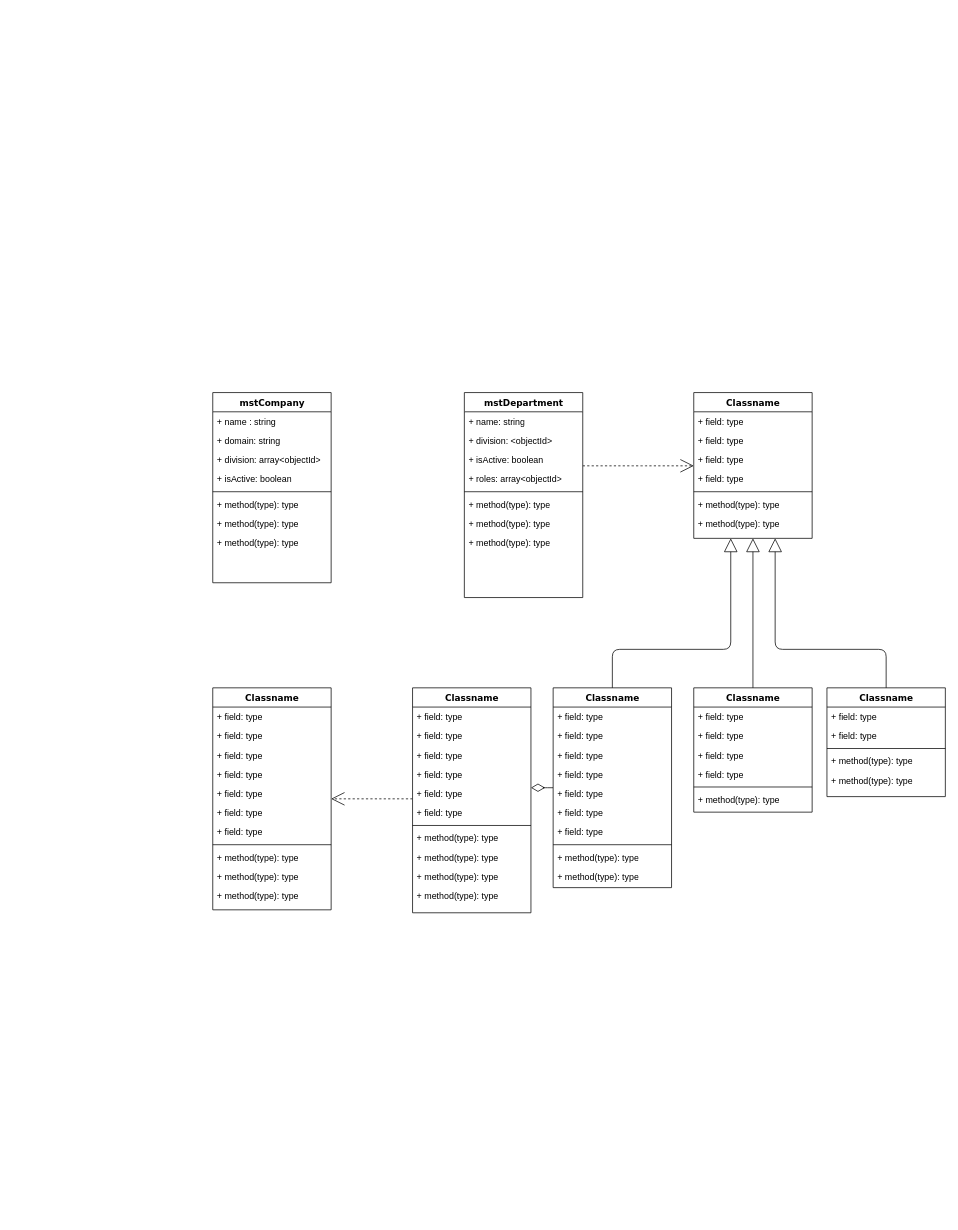
Before: star-sso-api.drawio in CodebarPhantom/aws-diagram, a draw.io diagram. Source tidied: cells renumbered, new cells numbered last; positions are measured from the earlier drawing's top-left corner, leaving out a move shared by most shapes. Both pictures are drawn from the tidied source at 74%, with x=0, y=0 at pixel (212, 392).
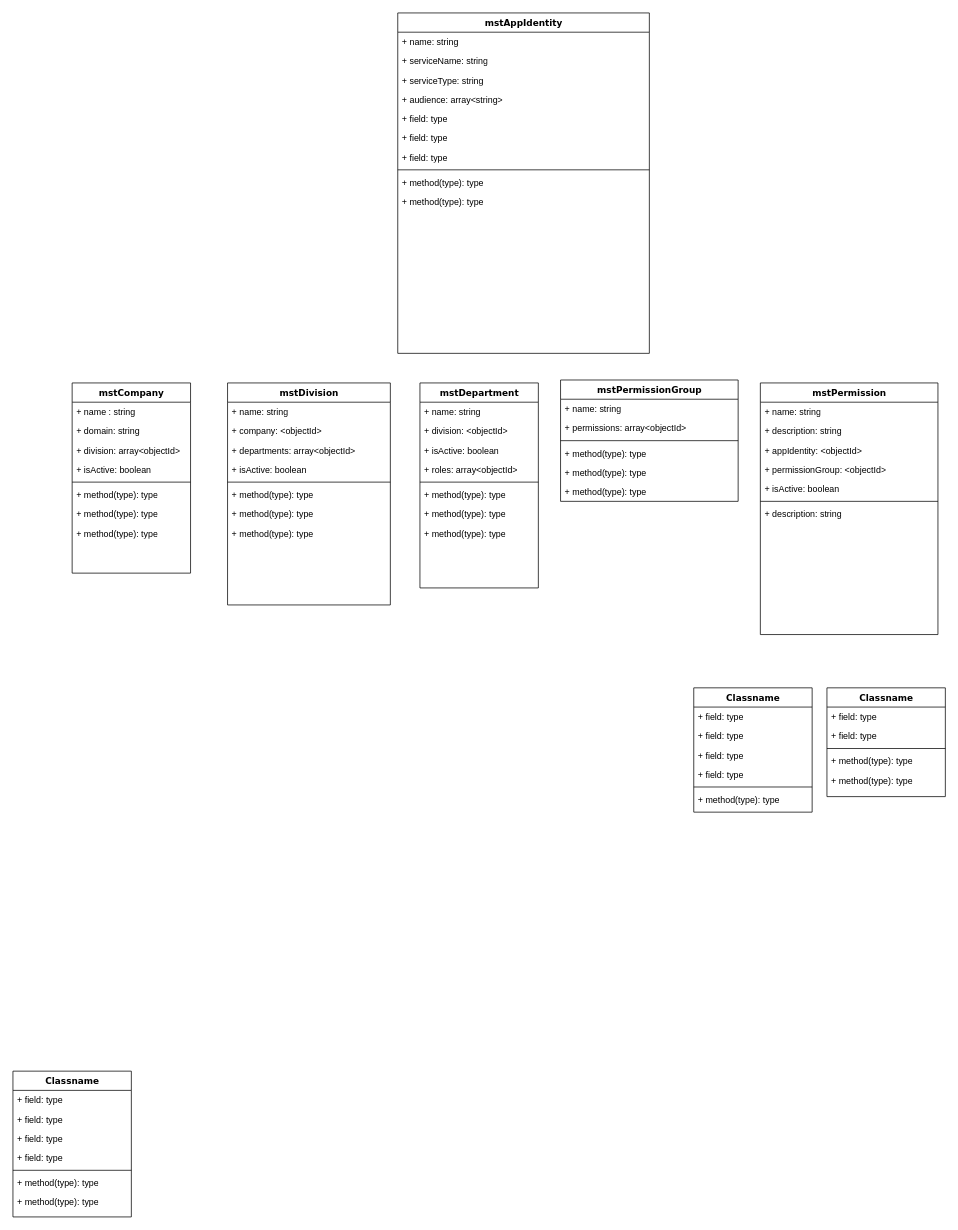
Above is the later version.

The change refers to these unchanged cells:
```xml
<mxCell id="68" value="Classname" style="swimlane;html=1;fontStyle=1;align=center;verticalAlign=top;horizontal=1;startSize=26;swimlaneFillColor=#ffffff;rounded=0;shadow=0;comic=0;labelBackgroundColor=none;strokeWidth=1;fillColor=none;fontFamily=Verdana;fontSize=12;" parent="1" vertex="1">
  <mxGeometry x="650" y="399" width="160" height="168" as="geometry" />
</mxCell>
<mxCell id="76" value="Classname" style="swimlane;html=1;fontStyle=1;align=center;verticalAlign=top;horizontal=1;startSize=26;swimlaneFillColor=#ffffff;rounded=0;shadow=0;comic=0;labelBackgroundColor=none;strokeWidth=1;fillColor=none;fontFamily=Verdana;fontSize=12;" parent="1" vertex="1">
  <mxGeometry x="830" y="399" width="160" height="147" as="geometry" />
</mxCell>
```

Diff of the diagram source:
```diff
@@
     <mxCell id="2" value="mstCompany" style="swimlane;html=1;fontStyle=1;align=center;verticalAlign=top;horizontal=1;startSize=26;swimlaneFillColor=#ffffff;rounded=0;shadow=0;comic=0;labelBackgroundColor=none;strokeWidth=1;fillColor=none;fontFamily=Verdana;fontSize=12;" parent="1" vertex="1">
-      <mxGeometry width="160" height="257" as="geometry" />
+      <mxGeometry x="-190" y="-13" width="160" height="257" as="geometry" />
     </mxCell>
@@
-    <mxCell id="11" style="edgeStyle=elbowEdgeStyle;html=1;labelBackgroundColor=none;startFill=0;startSize=8;endArrow=open;endFill=0;endSize=16;fontFamily=Verdana;fontSize=12;elbow=vertical;dashed=1;" parent="1" edge="1" source="12" target="21">
-      <mxGeometry relative="1" as="geometry" />
-    </mxCell>
     <mxCell id="12" value="mstDepartment" style="swimlane;html=1;fontStyle=1;align=center;verticalAlign=top;horizontal=1;startSize=26;swimlaneFillColor=#ffffff;rounded=0;shadow=0;comic=0;labelBackgroundColor=none;strokeWidth=1;fillColor=none;fontFamily=Verdana;fontSize=12;" parent="1" vertex="1">
-      <mxGeometry x="340" width="160" height="277" as="geometry" />
+      <mxGeometry x="280" y="-13" width="160" height="277" as="geometry" />
     </mxCell>
@@
     <mxCell id="21" value="Classname" style="swimlane;html=1;fontStyle=1;align=center;verticalAlign=top;horizontal=1;startSize=26;swimlaneFillColor=#ffffff;rounded=0;shadow=0;comic=0;labelBackgroundColor=none;strokeWidth=1;fillColor=none;fontFamily=Verdana;fontSize=12;" parent="1" vertex="1">
-      <mxGeometry x="650" width="160" height="197" as="geometry" />
+      <mxGeometry x="-270" y="917" width="160" height="197" as="geometry" />
     </mxCell>
@@
-    <mxCell id="29" style="edgeStyle=elbowEdgeStyle;html=1;labelBackgroundColor=none;startFill=0;startSize=8;endArrow=open;endFill=0;endSize=16;fontFamily=Verdana;fontSize=12;elbow=vertical;dashed=1;" parent="1" edge="1" source="43" target="30">
-      <mxGeometry relative="1" as="geometry" />
-    </mxCell>
-    <mxCell id="30" value="Classname" style="swimlane;html=1;fontStyle=1;align=center;verticalAlign=top;horizontal=1;startSize=26;swimlaneFillColor=#ffffff;rounded=0;shadow=0;comic=0;labelBackgroundColor=none;strokeWidth=1;fillColor=none;fontFamily=Verdana;fontSize=12;" parent="1" vertex="1">
-      <mxGeometry y="399" width="160" height="300" as="geometry" />
+    <mxCell id="30" value="mstDivision" style="swimlane;html=1;fontStyle=1;align=center;verticalAlign=top;horizontal=1;startSize=26;swimlaneFillColor=#ffffff;rounded=0;shadow=0;comic=0;labelBackgroundColor=none;strokeWidth=1;fillColor=none;fontFamily=Verdana;fontSize=12;" parent="1" vertex="1">
+      <mxGeometry x="20" y="-13" width="220" height="300" as="geometry" />
     </mxCell>
-    <mxCell id="31" value="+ field: type" style="text;html=1;strokeColor=none;fillColor=none;align=left;verticalAlign=top;spacingLeft=4;spacingRight=4;whiteSpace=wrap;overflow=hidden;" parent="30" vertex="1">
-      <mxGeometry y="26" width="160" height="26" as="geometry" />
+    <mxCell id="31" value="+ name: string" style="text;html=1;strokeColor=none;fillColor=none;align=left;verticalAlign=top;spacingLeft=4;spacingRight=4;whiteSpace=wrap;overflow=hidden;" parent="30" vertex="1">
+      <mxGeometry y="26" width="220" height="26" as="geometry" />
     </mxCell>
-    <mxCell id="32" value="+ field: type" style="text;html=1;strokeColor=none;fillColor=none;align=left;verticalAlign=top;spacingLeft=4;spacingRight=4;whiteSpace=wrap;overflow=hidden;" parent="30" vertex="1">
-      <mxGeometry y="52" width="160" height="26" as="geometry" />
+    <mxCell id="32" value="+ company: &amp;lt;objectId&amp;gt;" style="text;html=1;strokeColor=none;fillColor=none;align=left;verticalAlign=top;spacingLeft=4;spacingRight=4;whiteSpace=wrap;overflow=hidden;" parent="30" vertex="1">
+      <mxGeometry y="52" width="220" height="26" as="geometry" />
     </mxCell>
-    <mxCell id="33" value="+ field: type" style="text;html=1;strokeColor=none;fillColor=none;align=left;verticalAlign=top;spacingLeft=4;spacingRight=4;whiteSpace=wrap;overflow=hidden;" parent="30" vertex="1">
-      <mxGeometry y="78" width="160" height="26" as="geometry" />
+    <mxCell id="33" value="+ departments: array&amp;lt;objectId&amp;gt;" style="text;html=1;strokeColor=none;fillColor=none;align=left;verticalAlign=top;spacingLeft=4;spacingRight=4;whiteSpace=wrap;overflow=hidden;" parent="30" vertex="1">
+      <mxGeometry y="78" width="220" height="26" as="geometry" />
     </mxCell>
-    <mxCell id="34" value="+ field: type" style="text;html=1;strokeColor=none;fillColor=none;align=left;verticalAlign=top;spacingLeft=4;spacingRight=4;whiteSpace=wrap;overflow=hidden;" parent="30" vertex="1">
-      <mxGeometry y="104" width="160" height="26" as="geometry" />
+    <mxCell id="34" value="+ isActive: boolean" style="text;html=1;strokeColor=none;fillColor=none;align=left;verticalAlign=top;spacingLeft=4;spacingRight=4;whiteSpace=wrap;overflow=hidden;" parent="30" vertex="1">
+      <mxGeometry y="104" width="220" height="26" as="geometry" />
     </mxCell>
-    <mxCell id="35" value="+ field: type" style="text;html=1;strokeColor=none;fillColor=none;align=left;verticalAlign=top;spacingLeft=4;spacingRight=4;whiteSpace=wrap;overflow=hidden;" parent="30" vertex="1">
-      <mxGeometry y="130" width="160" height="26" as="geometry" />
-    </mxCell>
-    <mxCell id="36" value="+ field: type" style="text;html=1;strokeColor=none;fillColor=none;align=left;verticalAlign=top;spacingLeft=4;spacingRight=4;whiteSpace=wrap;overflow=hidden;" parent="30" vertex="1">
-      <mxGeometry y="156" width="160" height="26" as="geometry" />
-    </mxCell>
-    <mxCell id="37" value="+ field: type" style="text;html=1;strokeColor=none;fillColor=none;align=left;verticalAlign=top;spacingLeft=4;spacingRight=4;whiteSpace=wrap;overflow=hidden;" parent="30" vertex="1">
-      <mxGeometry y="182" width="160" height="26" as="geometry" />
-    </mxCell>
     <mxCell id="38" style="line;html=1;strokeWidth=1;fillColor=none;align=left;verticalAlign=middle;spacingTop=-1;spacingLeft=3;spacingRight=3;labelPosition=right;" parent="30" vertex="1">
-      <mxGeometry y="208" width="160" height="8" as="geometry" />
+      <mxGeometry y="130" width="220" height="8" as="geometry" />
     </mxCell>
     <mxCell id="39" value="+ method(type): type" style="text;html=1;strokeColor=none;fillColor=none;align=left;verticalAlign=top;spacingLeft=4;spacingRight=4;whiteSpace=wrap;overflow=hidden;" parent="30" vertex="1">
-      <mxGeometry y="216" width="160" height="26" as="geometry" />
+      <mxGeometry y="138" width="220" height="26" as="geometry" />
     </mxCell>
     <mxCell id="40" value="+ method(type): type" style="text;html=1;strokeColor=none;fillColor=none;align=left;verticalAlign=top;spacingLeft=4;spacingRight=4;whiteSpace=wrap;overflow=hidden;" parent="30" vertex="1">
-      <mxGeometry y="242" width="160" height="26" as="geometry" />
+      <mxGeometry y="164" width="220" height="26" as="geometry" />
     </mxCell>
     <mxCell id="41" value="+ method(type): type" style="text;html=1;strokeColor=none;fillColor=none;align=left;verticalAlign=top;spacingLeft=4;spacingRight=4;whiteSpace=wrap;overflow=hidden;" parent="30" vertex="1">
-      <mxGeometry y="268" width="160" height="26" as="geometry" />
+      <mxGeometry y="190" width="220" height="26" as="geometry" />
     </mxCell>
-    <mxCell id="42" style="edgeStyle=elbowEdgeStyle;html=1;labelBackgroundColor=none;startFill=0;startSize=8;endArrow=diamondThin;endFill=0;endSize=16;fontFamily=Verdana;fontSize=12;elbow=vertical;" parent="1" edge="1" source="56" target="43">
-      <mxGeometry relative="1" as="geometry" />
-    </mxCell>
-    <mxCell id="43" value="Classname" style="swimlane;html=1;fontStyle=1;align=center;verticalAlign=top;horizontal=1;startSize=26;swimlaneFillColor=#ffffff;rounded=0;shadow=0;comic=0;labelBackgroundColor=none;strokeWidth=1;fillColor=none;fontFamily=Verdana;fontSize=12;" parent="1" vertex="1">
-      <mxGeometry x="270" y="399" width="160" height="304" as="geometry" />
+    <mxCell id="43" value="mstPermissionGroup&lt;div&gt;&lt;br&gt;&lt;/div&gt;" style="swimlane;html=1;fontStyle=1;align=center;verticalAlign=top;horizontal=1;startSize=26;swimlaneFillColor=#ffffff;rounded=0;shadow=0;comic=0;labelBackgroundColor=none;strokeWidth=1;fillColor=none;fontFamily=Verdana;fontSize=12;" parent="1" vertex="1">
+      <mxGeometry x="470" y="-17" width="240" height="164" as="geometry" />
     </mxCell>
-    <mxCell id="44" value="+ field: type" style="text;html=1;strokeColor=none;fillColor=none;align=left;verticalAlign=top;spacingLeft=4;spacingRight=4;whiteSpace=wrap;overflow=hidden;" parent="43" vertex="1">
-      <mxGeometry y="26" width="160" height="26" as="geometry" />
+    <mxCell id="44" value="+ name: string" style="text;html=1;strokeColor=none;fillColor=none;align=left;verticalAlign=top;spacingLeft=4;spacingRight=4;whiteSpace=wrap;overflow=hidden;" parent="43" vertex="1">
+      <mxGeometry y="26" width="240" height="26" as="geometry" />
     </mxCell>
-    <mxCell id="45" value="+ field: type" style="text;html=1;strokeColor=none;fillColor=none;align=left;verticalAlign=top;spacingLeft=4;spacingRight=4;whiteSpace=wrap;overflow=hidden;" parent="43" vertex="1">
-      <mxGeometry y="52" width="160" height="26" as="geometry" />
+    <mxCell id="45" value="+ permissions: array&amp;lt;objectId&amp;gt;" style="text;html=1;strokeColor=none;fillColor=none;align=left;verticalAlign=top;spacingLeft=4;spacingRight=4;whiteSpace=wrap;overflow=hidden;" parent="43" vertex="1">
+      <mxGeometry y="52" width="240" height="26" as="geometry" />
     </mxCell>
-    <mxCell id="46" value="+ field: type" style="text;html=1;strokeColor=none;fillColor=none;align=left;verticalAlign=top;spacingLeft=4;spacingRight=4;whiteSpace=wrap;overflow=hidden;" parent="43" vertex="1">
-      <mxGeometry y="78" width="160" height="26" as="geometry" />
-    </mxCell>
-    <mxCell id="47" value="+ field: type" style="text;html=1;strokeColor=none;fillColor=none;align=left;verticalAlign=top;spacingLeft=4;spacingRight=4;whiteSpace=wrap;overflow=hidden;" parent="43" vertex="1">
-      <mxGeometry y="104" width="160" height="26" as="geometry" />
-    </mxCell>
-    <mxCell id="48" value="+ field: type" style="text;html=1;strokeColor=none;fillColor=none;align=left;verticalAlign=top;spacingLeft=4;spacingRight=4;whiteSpace=wrap;overflow=hidden;" parent="43" vertex="1">
-      <mxGeometry y="130" width="160" height="26" as="geometry" />
-    </mxCell>
-    <mxCell id="49" value="+ field: type" style="text;html=1;strokeColor=none;fillColor=none;align=left;verticalAlign=top;spacingLeft=4;spacingRight=4;whiteSpace=wrap;overflow=hidden;" parent="43" vertex="1">
-      <mxGeometry y="156" width="160" height="26" as="geometry" />
-    </mxCell>
     <mxCell id="50" style="line;html=1;strokeWidth=1;fillColor=none;align=left;verticalAlign=middle;spacingTop=-1;spacingLeft=3;spacingRight=3;labelPosition=right;" parent="43" vertex="1">
-      <mxGeometry y="182" width="160" height="8" as="geometry" />
+      <mxGeometry y="78" width="240" height="8" as="geometry" />
     </mxCell>
     <mxCell id="51" value="+ method(type): type" style="text;html=1;strokeColor=none;fillColor=none;align=left;verticalAlign=top;spacingLeft=4;spacingRight=4;whiteSpace=wrap;overflow=hidden;" parent="43" vertex="1">
-      <mxGeometry y="190" width="160" height="26" as="geometry" />
+      <mxGeometry y="86" width="240" height="26" as="geometry" />
     </mxCell>
-    <mxCell id="52" value="+ method(type): type" style="text;html=1;strokeColor=none;fillColor=none;align=left;verticalAlign=top;spacingLeft=4;spacingRight=4;whiteSpace=wrap;overflow=hidden;" parent="43" vertex="1">
-      <mxGeometry y="216" width="160" height="26" as="geometry" />
-    </mxCell>
     <mxCell id="53" value="+ method(type): type" style="text;html=1;strokeColor=none;fillColor=none;align=left;verticalAlign=top;spacingLeft=4;spacingRight=4;whiteSpace=wrap;overflow=hidden;" parent="43" vertex="1">
-      <mxGeometry y="242" width="160" height="26" as="geometry" />
+      <mxGeometry y="112" width="240" height="26" as="geometry" />
     </mxCell>
     <mxCell id="54" value="+ method(type): type" style="text;html=1;strokeColor=none;fillColor=none;align=left;verticalAlign=top;spacingLeft=4;spacingRight=4;whiteSpace=wrap;overflow=hidden;" parent="43" vertex="1">
-      <mxGeometry y="268" width="160" height="26" as="geometry" />
+      <mxGeometry y="138" width="240" height="26" as="geometry" />
     </mxCell>
-    <mxCell id="55" style="edgeStyle=orthogonalEdgeStyle;html=1;labelBackgroundColor=none;startFill=0;startSize=8;endArrow=block;endFill=0;endSize=16;fontFamily=Verdana;fontSize=12;" parent="1" edge="1" source="56" target="21">
-      <mxGeometry relative="1" as="geometry">
-        <Array as="points">
-          <mxPoint x="540" y="347" />
-          <mxPoint x="700" y="347" />
-        </Array>
-      </mxGeometry>
-    </mxCell>
-    <mxCell id="56" value="Classname" style="swimlane;html=1;fontStyle=1;align=center;verticalAlign=top;horizontal=1;startSize=26;swimlaneFillColor=#ffffff;rounded=0;shadow=0;comic=0;labelBackgroundColor=none;strokeWidth=1;fillColor=none;fontFamily=Verdana;fontSize=12;" parent="1" vertex="1">
-      <mxGeometry x="460" y="399" width="160" height="270" as="geometry" />
+    <mxCell id="56" value="mstAppIdentity" style="swimlane;html=1;fontStyle=1;align=center;verticalAlign=top;horizontal=1;startSize=26;swimlaneFillColor=#ffffff;rounded=0;shadow=0;comic=0;labelBackgroundColor=none;strokeWidth=1;fillColor=none;fontFamily=Verdana;fontSize=12;" parent="1" vertex="1">
+      <mxGeometry x="250" y="-513" width="340" height="460" as="geometry" />
     </mxCell>
-    <mxCell id="57" value="+ field: type" style="text;html=1;strokeColor=none;fillColor=none;align=left;verticalAlign=top;spacingLeft=4;spacingRight=4;whiteSpace=wrap;overflow=hidden;" parent="56" vertex="1">
-      <mxGeometry y="26" width="160" height="26" as="geometry" />
+    <mxCell id="57" value="+ name: string" style="text;html=1;strokeColor=none;fillColor=none;align=left;verticalAlign=top;spacingLeft=4;spacingRight=4;whiteSpace=wrap;overflow=hidden;" parent="56" vertex="1">
+      <mxGeometry y="26" width="340" height="26" as="geometry" />
     </mxCell>
-    <mxCell id="58" value="+ field: type" style="text;html=1;strokeColor=none;fillColor=none;align=left;verticalAlign=top;spacingLeft=4;spacingRight=4;whiteSpace=wrap;overflow=hidden;" parent="56" vertex="1">
-      <mxGeometry y="52" width="160" height="26" as="geometry" />
+    <mxCell id="58" value="+ serviceName: string" style="text;html=1;strokeColor=none;fillColor=none;align=left;verticalAlign=top;spacingLeft=4;spacingRight=4;whiteSpace=wrap;overflow=hidden;" parent="56" vertex="1">
+      <mxGeometry y="52" width="340" height="26" as="geometry" />
     </mxCell>
-    <mxCell id="59" value="+ field: type" style="text;html=1;strokeColor=none;fillColor=none;align=left;verticalAlign=top;spacingLeft=4;spacingRight=4;whiteSpace=wrap;overflow=hidden;" parent="56" vertex="1">
-      <mxGeometry y="78" width="160" height="26" as="geometry" />
+    <mxCell id="59" value="+ serviceType: string" style="text;html=1;strokeColor=none;fillColor=none;align=left;verticalAlign=top;spacingLeft=4;spacingRight=4;whiteSpace=wrap;overflow=hidden;" parent="56" vertex="1">
+      <mxGeometry y="78" width="340" height="26" as="geometry" />
     </mxCell>
-    <mxCell id="60" value="+ field: type" style="text;html=1;strokeColor=none;fillColor=none;align=left;verticalAlign=top;spacingLeft=4;spacingRight=4;whiteSpace=wrap;overflow=hidden;" parent="56" vertex="1">
-      <mxGeometry y="104" width="160" height="26" as="geometry" />
+    <mxCell id="60" value="+ audience: array&amp;lt;string&amp;gt;" style="text;html=1;strokeColor=none;fillColor=none;align=left;verticalAlign=top;spacingLeft=4;spacingRight=4;whiteSpace=wrap;overflow=hidden;" parent="56" vertex="1">
+      <mxGeometry y="104" width="340" height="26" as="geometry" />
     </mxCell>
     <mxCell id="61" value="+ field: type" style="text;html=1;strokeColor=none;fillColor=none;align=left;verticalAlign=top;spacingLeft=4;spacingRight=4;whiteSpace=wrap;overflow=hidden;" parent="56" vertex="1">
-      <mxGeometry y="130" width="160" height="26" as="geometry" />
+      <mxGeometry y="130" width="340" height="26" as="geometry" />
     </mxCell>
     <mxCell id="62" value="+ field: type" style="text;html=1;strokeColor=none;fillColor=none;align=left;verticalAlign=top;spacingLeft=4;spacingRight=4;whiteSpace=wrap;overflow=hidden;" parent="56" vertex="1">
-      <mxGeometry y="156" width="160" height="26" as="geometry" />
+      <mxGeometry y="156" width="340" height="26" as="geometry" />
     </mxCell>
     <mxCell id="63" value="+ field: type" style="text;html=1;strokeColor=none;fillColor=none;align=left;verticalAlign=top;spacingLeft=4;spacingRight=4;whiteSpace=wrap;overflow=hidden;" parent="56" vertex="1">
-      <mxGeometry y="182" width="160" height="26" as="geometry" />
+      <mxGeometry y="182" width="340" height="26" as="geometry" />
     </mxCell>
     <mxCell id="64" style="line;html=1;strokeWidth=1;fillColor=none;align=left;verticalAlign=middle;spacingTop=-1;spacingLeft=3;spacingRight=3;labelPosition=right;" parent="56" vertex="1">
-      <mxGeometry y="208" width="160" height="8" as="geometry" />
+      <mxGeometry y="208" width="340" height="8" as="geometry" />
     </mxCell>
     <mxCell id="65" value="+ method(type): type" style="text;html=1;strokeColor=none;fillColor=none;align=left;verticalAlign=top;spacingLeft=4;spacingRight=4;whiteSpace=wrap;overflow=hidden;" parent="56" vertex="1">
-      <mxGeometry y="216" width="160" height="26" as="geometry" />
+      <mxGeometry y="216" width="340" height="26" as="geometry" />
     </mxCell>
     <mxCell id="66" value="+ method(type): type" style="text;html=1;strokeColor=none;fillColor=none;align=left;verticalAlign=top;spacingLeft=4;spacingRight=4;whiteSpace=wrap;overflow=hidden;" parent="56" vertex="1">
-      <mxGeometry y="242" width="160" height="26" as="geometry" />
+      <mxGeometry y="242" width="340" height="26" as="geometry" />
     </mxCell>
-    <mxCell id="67" style="edgeStyle=orthogonalEdgeStyle;html=1;labelBackgroundColor=none;startFill=0;startSize=8;endArrow=block;endFill=0;endSize=16;fontFamily=Verdana;fontSize=12;" parent="1" edge="1" source="68" target="21">
-      <mxGeometry relative="1" as="geometry" />
-    </mxCell>
@@
-    <mxCell id="75" style="edgeStyle=orthogonalEdgeStyle;html=1;labelBackgroundColor=none;startFill=0;startSize=8;endArrow=block;endFill=0;endSize=16;fontFamily=Verdana;fontSize=12;" parent="1" edge="1" source="76" target="21">
-      <mxGeometry relative="1" as="geometry">
-        <Array as="points">
-          <mxPoint x="910" y="347" />
-          <mxPoint x="760" y="347" />
-        </Array>
-      </mxGeometry>
-    </mxCell>
@@
+    <mxCell id="82" value="mstPermission" style="swimlane;html=1;fontStyle=1;align=center;verticalAlign=top;horizontal=1;startSize=26;swimlaneFillColor=#ffffff;rounded=0;shadow=0;comic=0;labelBackgroundColor=none;strokeWidth=1;fillColor=none;fontFamily=Verdana;fontSize=12;" parent="1" vertex="1">
+      <mxGeometry x="740" y="-13" width="240" height="340" as="geometry" />
+    </mxCell>
+    <mxCell id="83" value="+ name: string" style="text;html=1;strokeColor=none;fillColor=none;align=left;verticalAlign=top;spacingLeft=4;spacingRight=4;whiteSpace=wrap;overflow=hidden;" parent="82" vertex="1">
+      <mxGeometry y="26" width="240" height="26" as="geometry" />
+    </mxCell>
+    <mxCell id="84" value="+ description: string" style="text;html=1;strokeColor=none;fillColor=none;align=left;verticalAlign=top;spacingLeft=4;spacingRight=4;whiteSpace=wrap;overflow=hidden;" parent="82" vertex="1">
+      <mxGeometry y="52" width="240" height="26" as="geometry" />
+    </mxCell>
+    <mxCell id="85" value="+ appIdentity: &amp;lt;objectId&amp;gt;" style="text;html=1;strokeColor=none;fillColor=none;align=left;verticalAlign=top;spacingLeft=4;spacingRight=4;whiteSpace=wrap;overflow=hidden;" parent="82" vertex="1">
+      <mxGeometry y="78" width="240" height="26" as="geometry" />
+    </mxCell>
+    <mxCell id="86" value="+ permissionGroup: &amp;lt;objectId&amp;gt;" style="text;html=1;strokeColor=none;fillColor=none;align=left;verticalAlign=top;spacingLeft=4;spacingRight=4;whiteSpace=wrap;overflow=hidden;" parent="82" vertex="1">
+      <mxGeometry y="104" width="240" height="26" as="geometry" />
+    </mxCell>
+    <mxCell id="87" value="+ isActive: boolean" style="text;html=1;strokeColor=none;fillColor=none;align=left;verticalAlign=top;spacingLeft=4;spacingRight=4;whiteSpace=wrap;overflow=hidden;" parent="82" vertex="1">
+      <mxGeometry y="130" width="240" height="26" as="geometry" />
+    </mxCell>
+    <mxCell id="88" style="line;html=1;strokeWidth=1;fillColor=none;align=left;verticalAlign=middle;spacingTop=-1;spacingLeft=3;spacingRight=3;labelPosition=right;" parent="82" vertex="1">
+      <mxGeometry y="156" width="240" height="8" as="geometry" />
+    </mxCell>
+    <mxCell id="89" value="+ description: string" style="text;html=1;strokeColor=none;fillColor=none;align=left;verticalAlign=top;spacingLeft=4;spacingRight=4;whiteSpace=wrap;overflow=hidden;" parent="82" vertex="1">
+      <mxGeometry y="164" width="240" height="26" as="geometry" />
+    </mxCell>
```
